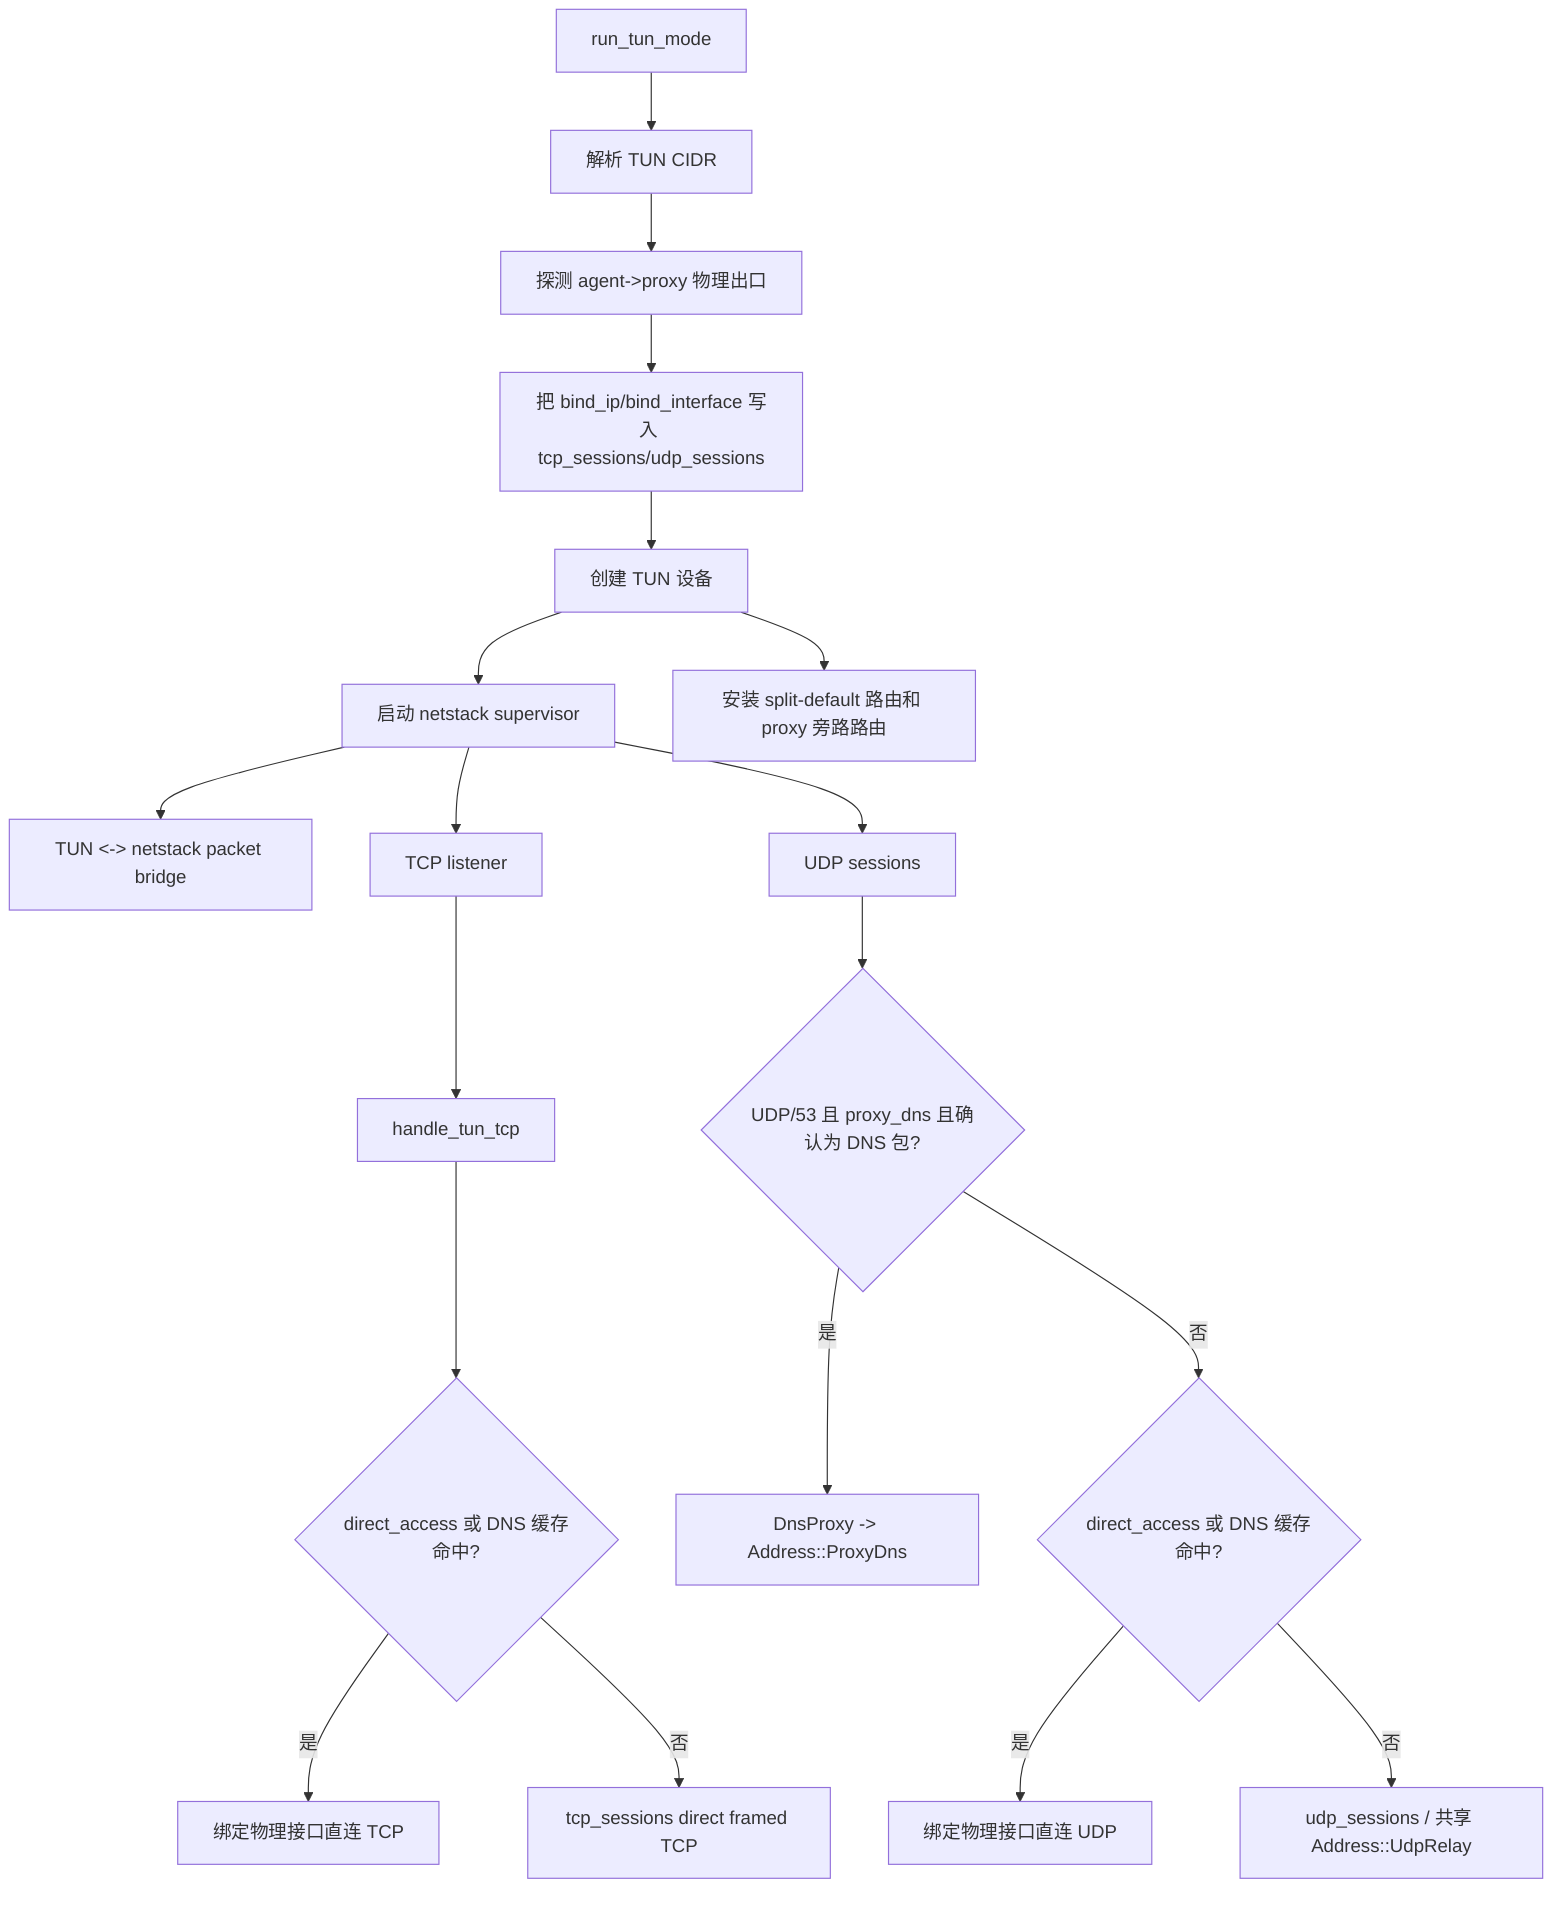
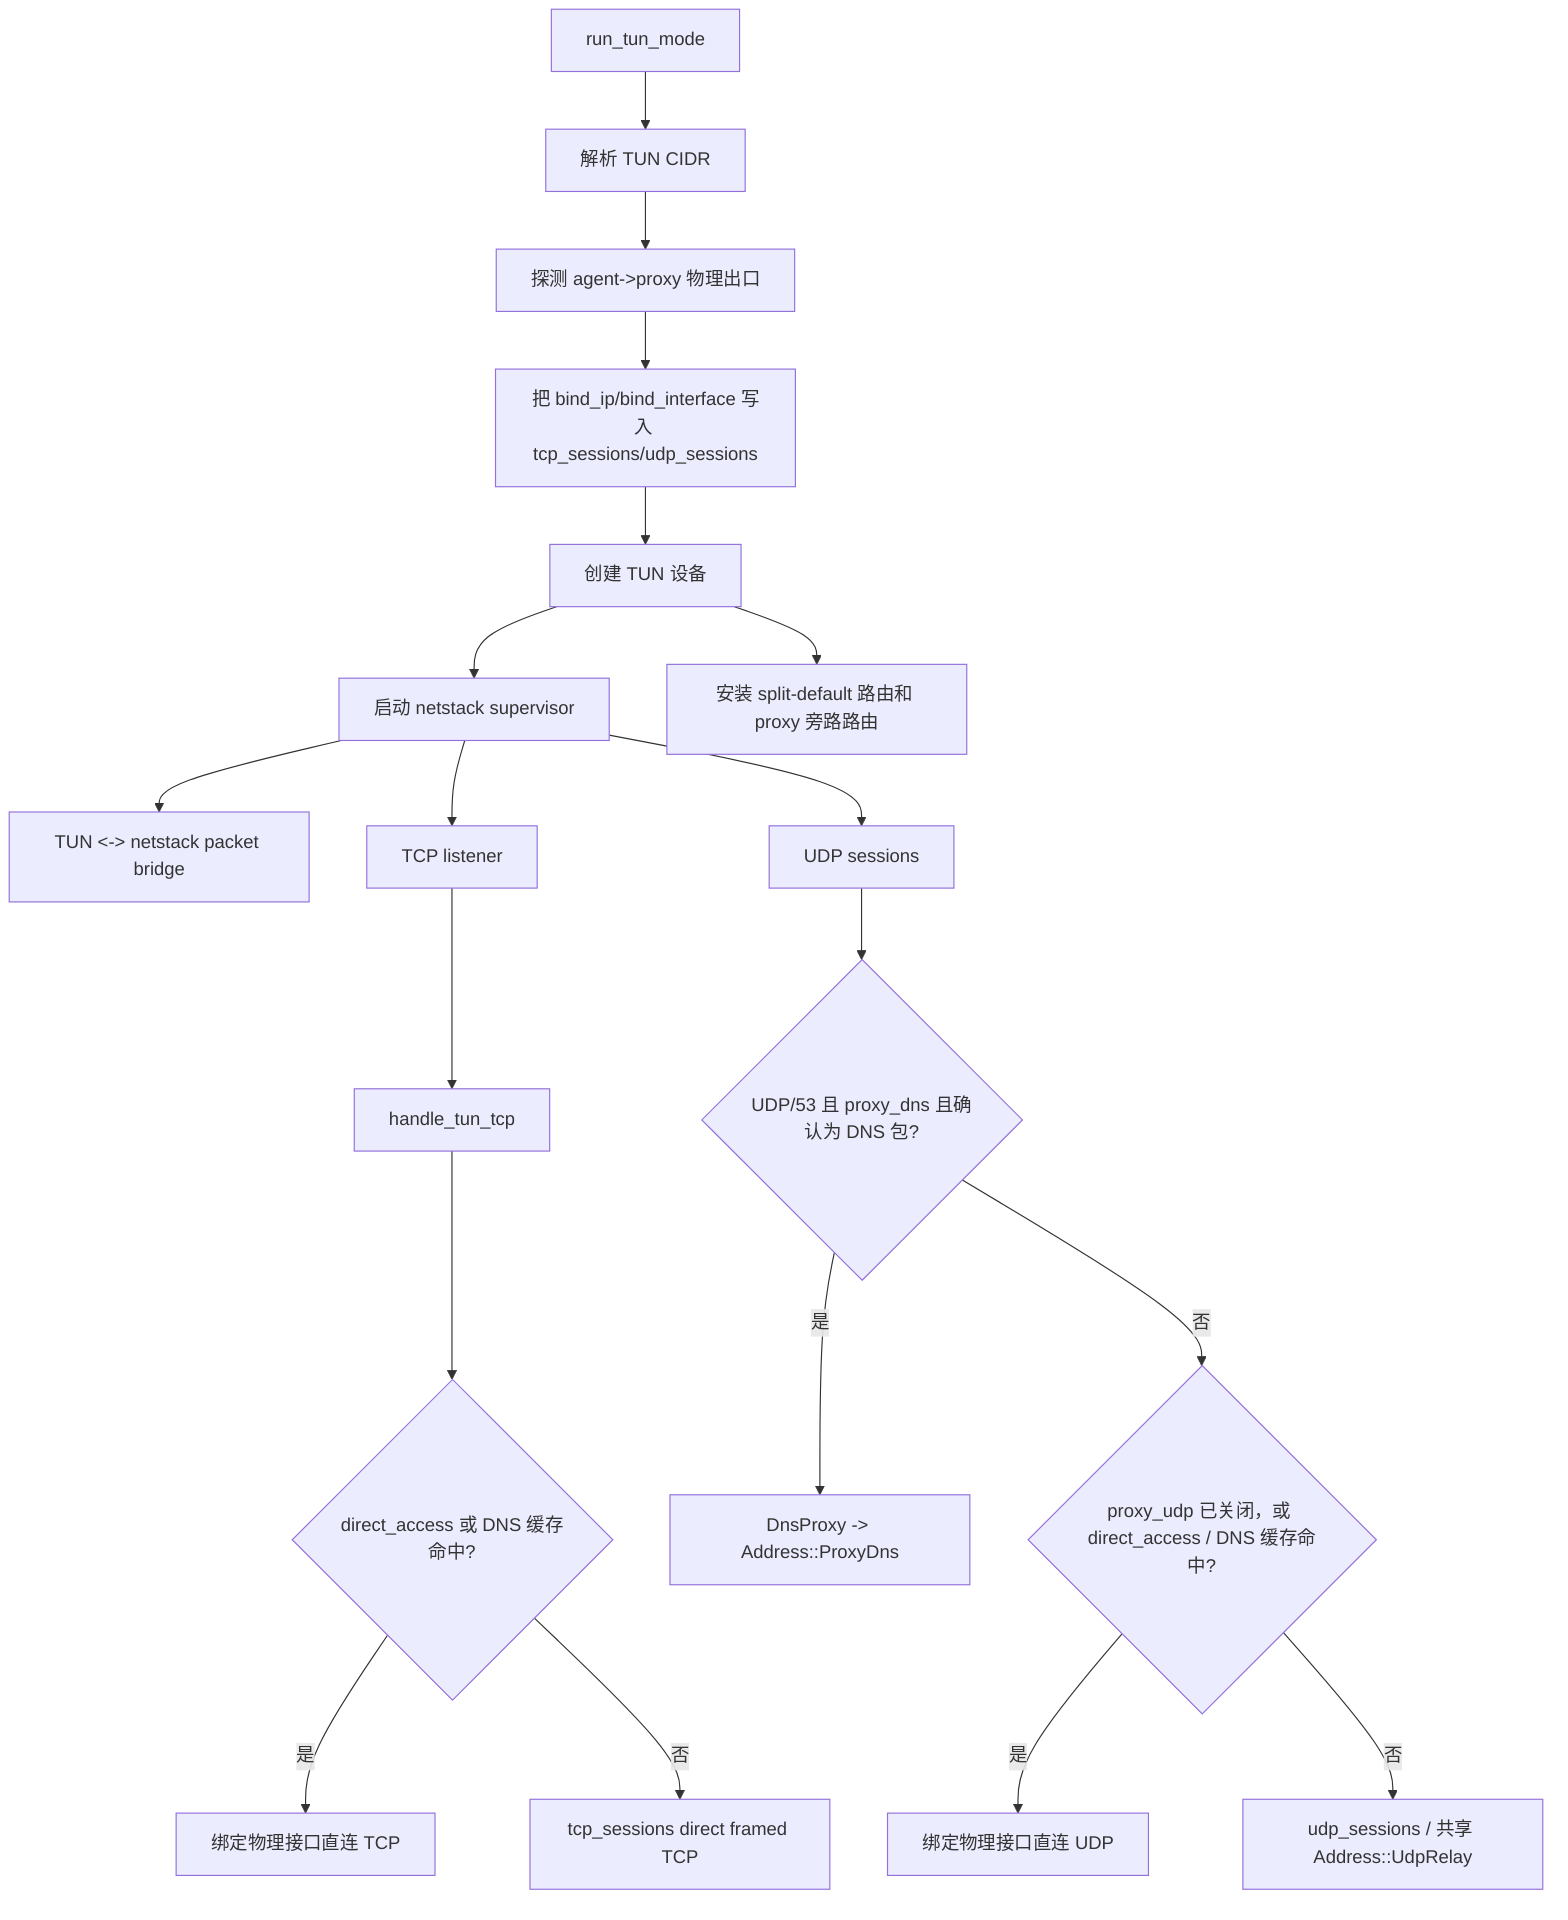
flowchart TD
    A["run_tun_mode"] --> B["解析 TUN CIDR"]
    B --> C["探测 agent->proxy 物理出口"]
    C --> D["把 bind_ip/bind_interface 写入 tcp_sessions/udp_sessions"]
    D --> E["创建 TUN 设备"]
    E --> F["启动 netstack supervisor"]
    F --> G["TUN <-> netstack packet bridge"]
    F --> H["TCP listener"]
    F --> I["UDP sessions"]
    E --> J["安装 split-default 路由和 proxy 旁路路由"]
    H --> K["handle_tun_tcp"]
    K --> L{"direct_access 或 DNS 缓存命中?"}
    L -->|"是"| M["绑定物理接口直连 TCP"]
    L -->|"否"| N["tcp_sessions direct framed TCP"]

    I --> O{"UDP/53 且 proxy_dns 且确认为 DNS 包?"}
    O -->|"是"| P["DnsProxy -> Address::ProxyDns"]
-     O -->|"否"| Q{"direct_access 或 DNS 缓存命中?"}
+     O -->|"否"| Q{"proxy_udp 已关闭，或 direct_access / DNS 缓存命中?"}
    Q -->|"是"| R["绑定物理接口直连 UDP"]
    Q -->|"否"| S["udp_sessions / 共享 Address::UdpRelay"]
